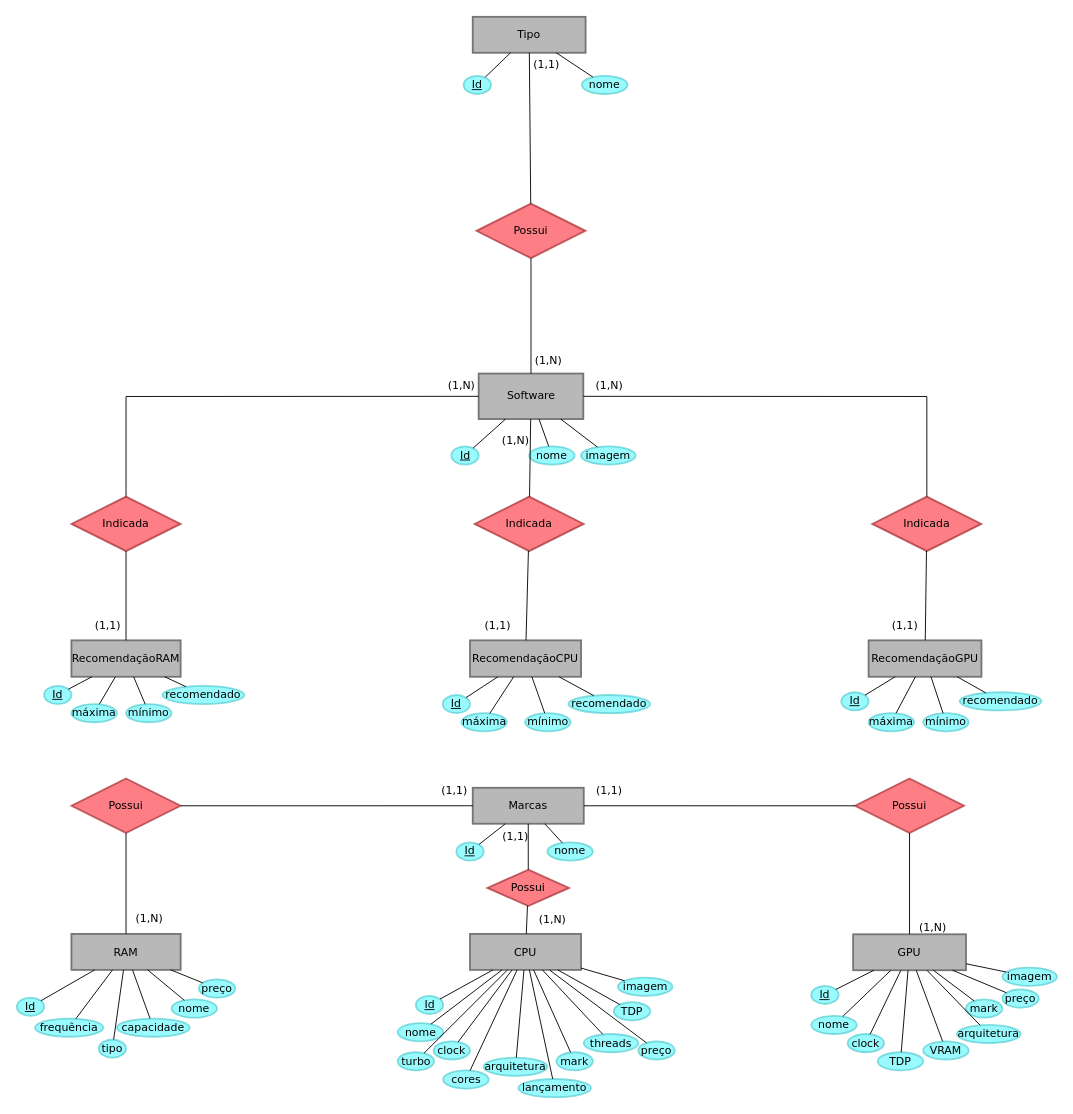
The draw.io diagram page "DER" (1 of 2) of Abstração do Projeto "GHYM".drawio in Tavares194/Project-GHYM-PJI231-2022, before the edit. Source tidied: cells renumbered, new cells numbered last; positions are measured from the earlier drawing's top-left corner, leaving out a move shared by most shapes. Both pictures are drawn from the tidied source at 91%, with x=0, y=0 at pixel (16, 16).
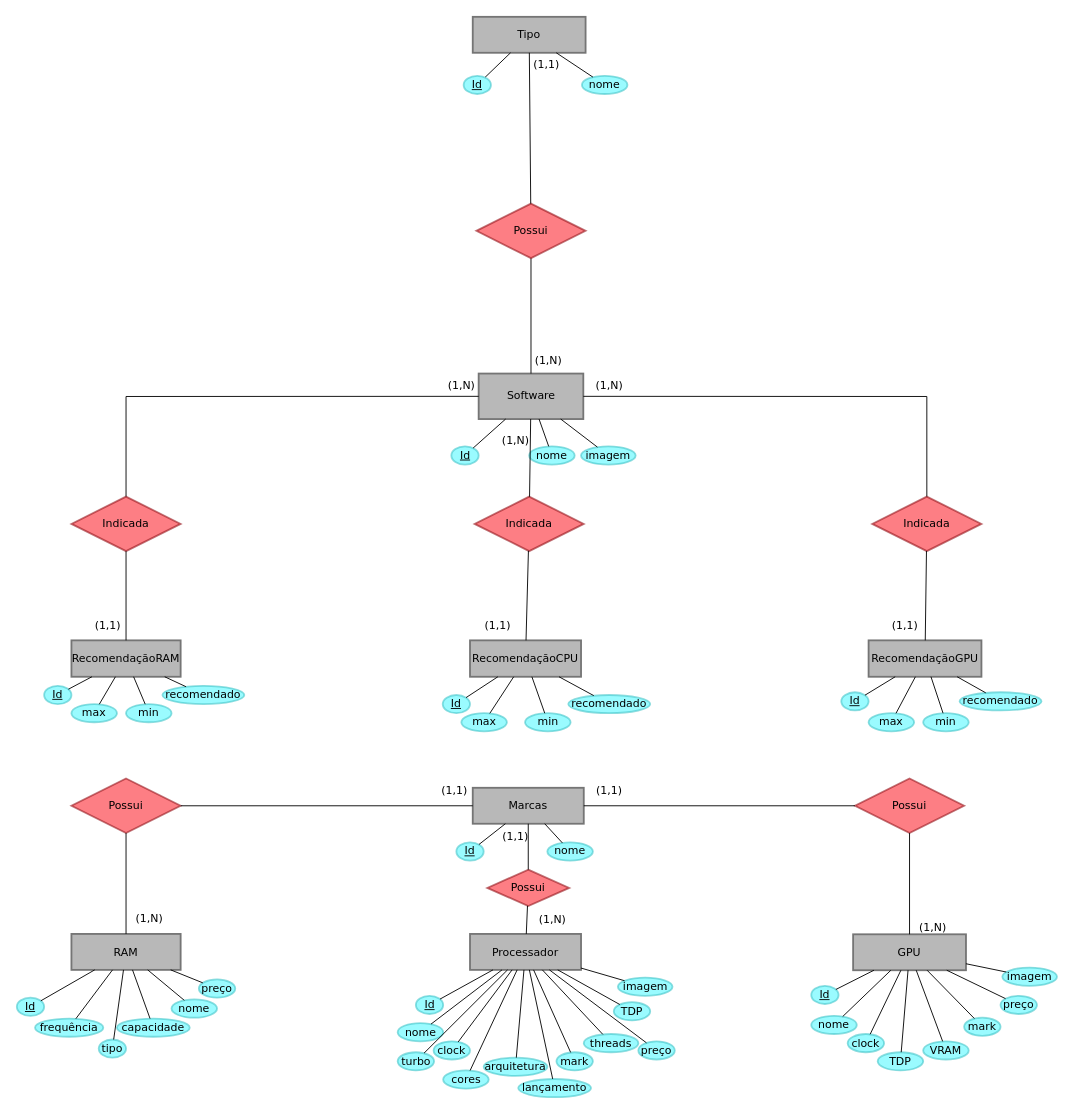
After the change.

Unchanged cells that the change refers to:
```xml
<mxCell id="15" value="GPU" style="whiteSpace=wrap;html=1;align=center;shadow=0;fontFamily=Verdana;fillColor=#B8B8B8;strokeColor=#757575;strokeWidth=2;" parent="1" vertex="1">
  <mxGeometry x="919" y="1008.2" width="124" height="39.5" as="geometry" />
</mxCell>
```

The edit, as a diff of the source:
```diff
@@
-    <mxCell id="2" value="CPU" style="whiteSpace=wrap;html=1;align=center;gradientColor=none;rounded=0;glass=0;sketch=0;shadow=0;fontFamily=Verdana;fillColor=#B8B8B8;strokeColor=#757575;strokeWidth=2;" parent="1" vertex="1">
+    <mxCell id="2" value="Processador" style="whiteSpace=wrap;html=1;align=center;gradientColor=none;rounded=0;glass=0;sketch=0;shadow=0;fontFamily=Verdana;fillColor=#B8B8B8;strokeColor=#757575;strokeWidth=2;" parent="1" vertex="1">
       <mxGeometry x="498" y="1007.8" width="122" height="39.5" as="geometry" />
     </mxCell>
@@
-    <mxCell id="17" value="arquitetura" style="ellipse;whiteSpace=wrap;html=1;align=center;shadow=0;fontFamily=Verdana;fillColor=#57F9FF;strokeColor=#45C5C9;strokeWidth=2;opacity=60;" parent="1" vertex="1">
-      <mxGeometry x="1033" y="1107.8" width="70" height="20" as="geometry" />
-    </mxCell>
     <mxCell id="18" value="mark" style="ellipse;whiteSpace=wrap;html=1;align=center;shadow=0;fontFamily=Verdana;fillColor=#57F9FF;strokeColor=#45C5C9;strokeWidth=2;opacity=60;" parent="1" vertex="1">
-      <mxGeometry x="1043" y="1079.8" width="40" height="20" as="geometry" />
+      <mxGeometry x="1041" y="1099.8" width="40" height="20" as="geometry" />
     </mxCell>
@@
     <mxCell id="24" value="preço" style="ellipse;whiteSpace=wrap;html=1;align=center;shadow=0;fontFamily=Verdana;fillColor=#57F9FF;strokeColor=#45C5C9;strokeWidth=2;opacity=60;" parent="1" vertex="1">
-      <mxGeometry x="1083" y="1068.8" width="40" height="20" as="geometry" />
+      <mxGeometry x="1081" y="1075.8" width="40" height="20" as="geometry" />
     </mxCell>
@@
-    <mxCell id="56" style="endArrow=none;html=1;rounded=0;shadow=0;fontFamily=Verdana;" parent="1" edge="1" source="15" target="17">
-      <mxGeometry relative="1" as="geometry" />
-    </mxCell>
@@
-    <mxCell id="71" value="mínimo" style="ellipse;whiteSpace=wrap;html=1;align=center;shadow=0;fontFamily=Verdana;fillColor=#57F9FF;strokeColor=#45C5C9;strokeWidth=2;opacity=60;" parent="1" vertex="1">
+    <mxCell id="71" value="min" style="ellipse;whiteSpace=wrap;html=1;align=center;shadow=0;fontFamily=Verdana;fillColor=#57F9FF;strokeColor=#45C5C9;strokeWidth=2;opacity=60;" parent="1" vertex="1">
       <mxGeometry x="120" y="755.2" width="50" height="20" as="geometry" />
     </mxCell>
-    <mxCell id="72" value="máxima" style="ellipse;whiteSpace=wrap;html=1;align=center;shadow=0;fontFamily=Verdana;fillColor=#57F9FF;strokeColor=#45C5C9;strokeWidth=2;opacity=60;" parent="1" vertex="1">
+    <mxCell id="72" value="max" style="ellipse;whiteSpace=wrap;html=1;align=center;shadow=0;fontFamily=Verdana;fillColor=#57F9FF;strokeColor=#45C5C9;strokeWidth=2;opacity=60;" parent="1" vertex="1">
       <mxGeometry x="60" y="755.2" width="50" height="20" as="geometry" />
     </mxCell>
@@
-    <mxCell id="75" value="mínimo" style="ellipse;whiteSpace=wrap;html=1;align=center;shadow=0;fontFamily=Verdana;fillColor=#57F9FF;strokeColor=#45C5C9;strokeWidth=2;opacity=60;" parent="1" vertex="1">
+    <mxCell id="75" value="min" style="ellipse;whiteSpace=wrap;html=1;align=center;shadow=0;fontFamily=Verdana;fillColor=#57F9FF;strokeColor=#45C5C9;strokeWidth=2;opacity=60;" parent="1" vertex="1">
       <mxGeometry x="558.5" y="765.2" width="50" height="20" as="geometry" />
     </mxCell>
-    <mxCell id="76" value="máxima" style="ellipse;whiteSpace=wrap;html=1;align=center;shadow=0;fontFamily=Verdana;fillColor=#57F9FF;strokeColor=#45C5C9;strokeWidth=2;opacity=60;" parent="1" vertex="1">
+    <mxCell id="76" value="max" style="ellipse;whiteSpace=wrap;html=1;align=center;shadow=0;fontFamily=Verdana;fillColor=#57F9FF;strokeColor=#45C5C9;strokeWidth=2;opacity=60;" parent="1" vertex="1">
       <mxGeometry x="488.5" y="765.2" width="50" height="20" as="geometry" />
     </mxCell>
@@
-    <mxCell id="79" value="mínimo" style="ellipse;whiteSpace=wrap;html=1;align=center;shadow=0;fontFamily=Verdana;fillColor=#57F9FF;strokeColor=#45C5C9;strokeWidth=2;opacity=60;" parent="1" vertex="1">
+    <mxCell id="79" value="min" style="ellipse;whiteSpace=wrap;html=1;align=center;shadow=0;fontFamily=Verdana;fillColor=#57F9FF;strokeColor=#45C5C9;strokeWidth=2;opacity=60;" parent="1" vertex="1">
       <mxGeometry x="996" y="765.2" width="50" height="20" as="geometry" />
     </mxCell>
-    <mxCell id="80" value="máxima" style="ellipse;whiteSpace=wrap;html=1;align=center;shadow=0;fontFamily=Verdana;fillColor=#57F9FF;strokeColor=#45C5C9;strokeWidth=2;opacity=60;" parent="1" vertex="1">
+    <mxCell id="80" value="max" style="ellipse;whiteSpace=wrap;html=1;align=center;shadow=0;fontFamily=Verdana;fillColor=#57F9FF;strokeColor=#45C5C9;strokeWidth=2;opacity=60;" parent="1" vertex="1">
       <mxGeometry x="936" y="765.2" width="50" height="20" as="geometry" />
     </mxCell>
```
